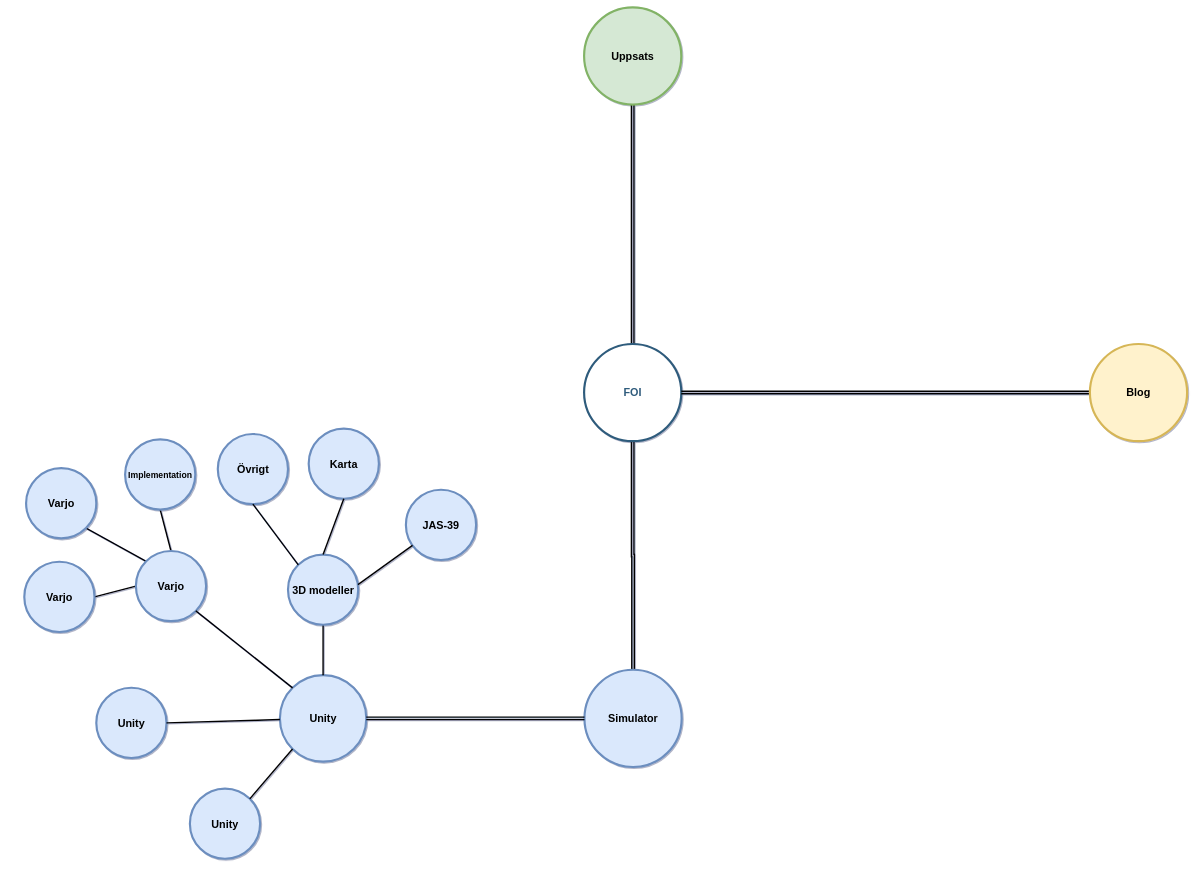
RabaDabaDoba/FOI keeps this draw.io diagram as DrawIO/Untitled Diagram.drawio. Above is the earlier version. Source tidied: cells renumbered, new cells numbered last; positions are measured from the earlier drawing's top-left corner, leaving out a move shared by most shapes. Both pictures are drawn from the tidied source at 36%, with x=0, y=0 at pixel (6, 7).
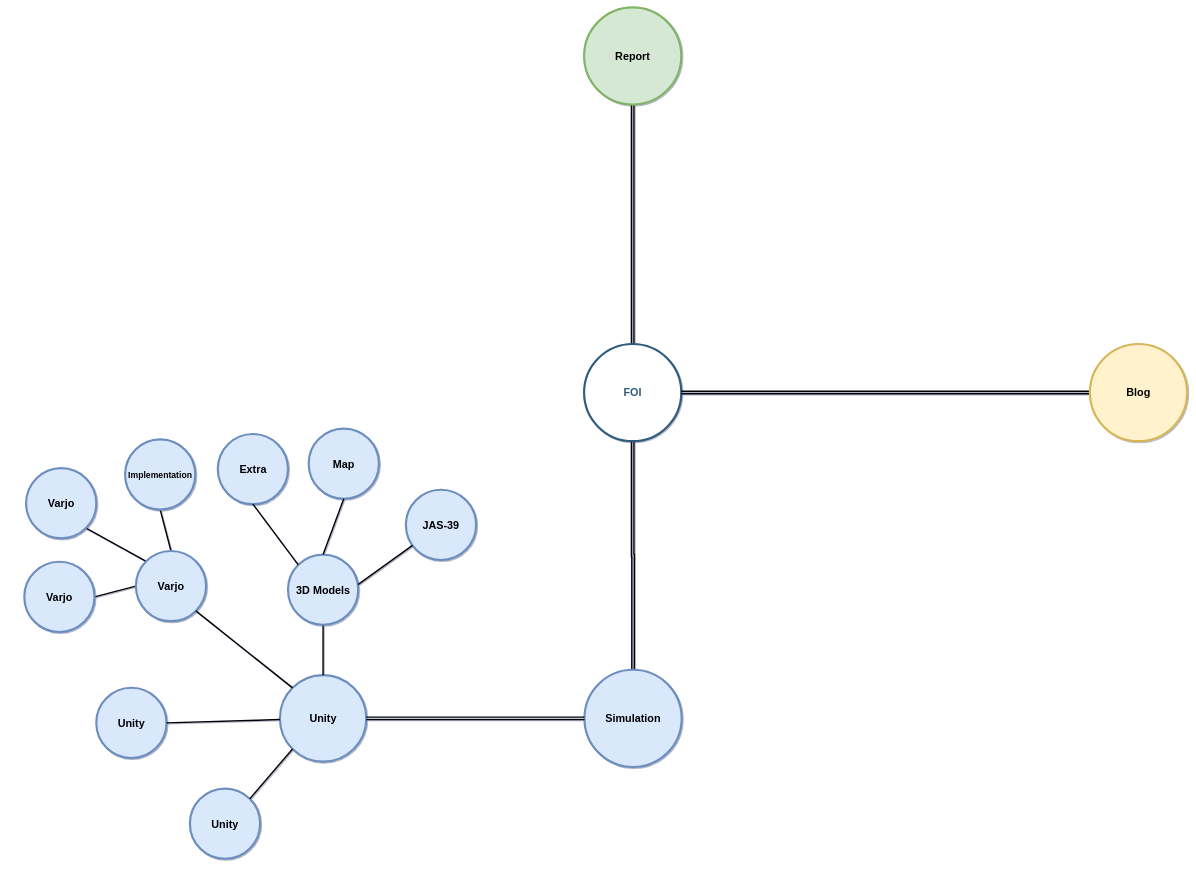
Above is the later version.

The change refers to these unchanged cells:
```xml
<mxCell id="8" style="group;" parent="1" vertex="1">
  <mxGeometry y="1140" width="1876" height="1245" as="geometry" />
</mxCell>
<mxCell id="10" style="group;" parent="8" vertex="1">
  <mxGeometry width="1015" height="1245" as="geometry" />
</mxCell>
```

The edit, as a diff of the source:
```diff
@@
-    <mxCell id="5" value="Uppsats" style="ellipse;whiteSpace=wrap;html=1;shadow=0;fontFamily=Helvetica;fontSize=30;align=center;strokeColor=#82b366;strokeWidth=6;fillColor=#d5e8d4;fontStyle=1;" parent="1" vertex="1">
+    <mxCell id="5" value="Report" style="ellipse;whiteSpace=wrap;html=1;shadow=0;fontFamily=Helvetica;fontSize=30;align=center;strokeColor=#82b366;strokeWidth=6;fillColor=#d5e8d4;fontStyle=1;" parent="1" vertex="1">
       <mxGeometry x="1605" width="270" height="270" as="geometry" />
     </mxCell>
@@
-    <mxCell id="9" value="Simulator" style="ellipse;whiteSpace=wrap;html=1;shadow=0;fontFamily=Helvetica;fontSize=30;align=center;strokeColor=#6c8ebf;strokeWidth=6;fillColor=#dae8fc;fontStyle=1;" parent="8" vertex="1">
+    <mxCell id="9" value="Simulation" style="ellipse;whiteSpace=wrap;html=1;shadow=0;fontFamily=Helvetica;fontSize=30;align=center;strokeColor=#6c8ebf;strokeWidth=6;fillColor=#dae8fc;fontStyle=1;" parent="8" vertex="1">
       <mxGeometry x="1606" y="700" width="270" height="270" as="geometry" />
     </mxCell>
@@
-    <mxCell id="13" value="3D modeller" style="ellipse;whiteSpace=wrap;html=1;shadow=0;fontFamily=Helvetica;fontSize=30;align=center;strokeColor=#6c8ebf;strokeWidth=6;fillColor=#dae8fc;fontStyle=1;" parent="10" vertex="1">
+    <mxCell id="13" value="3D Models" style="ellipse;whiteSpace=wrap;html=1;shadow=0;fontFamily=Helvetica;fontSize=30;align=center;strokeColor=#6c8ebf;strokeWidth=6;fillColor=#dae8fc;fontStyle=1;" parent="10" vertex="1">
       <mxGeometry x="782.5" y="380" width="195" height="195" as="geometry" />
     </mxCell>
@@
-    <mxCell id="23" value="Karta" style="ellipse;whiteSpace=wrap;html=1;shadow=0;fontFamily=Helvetica;fontSize=30;align=center;strokeColor=#6c8ebf;strokeWidth=6;fillColor=#dae8fc;fontStyle=1;" parent="10" vertex="1">
+    <mxCell id="23" value="Map" style="ellipse;whiteSpace=wrap;html=1;shadow=0;fontFamily=Helvetica;fontSize=30;align=center;strokeColor=#6c8ebf;strokeWidth=6;fillColor=#dae8fc;fontStyle=1;" parent="10" vertex="1">
       <mxGeometry x="840" y="30" width="195" height="195" as="geometry" />
     </mxCell>
@@
-    <mxCell id="25" value="Övrigt" style="ellipse;whiteSpace=wrap;html=1;shadow=0;fontFamily=Helvetica;fontSize=30;align=center;strokeColor=#6c8ebf;strokeWidth=6;fillColor=#dae8fc;fontStyle=1;" parent="10" vertex="1">
+    <mxCell id="25" value="Extra" style="ellipse;whiteSpace=wrap;html=1;shadow=0;fontFamily=Helvetica;fontSize=30;align=center;strokeColor=#6c8ebf;strokeWidth=6;fillColor=#dae8fc;fontStyle=1;" parent="10" vertex="1">
       <mxGeometry x="587.5" y="45" width="195" height="195" as="geometry" />
     </mxCell>
```
